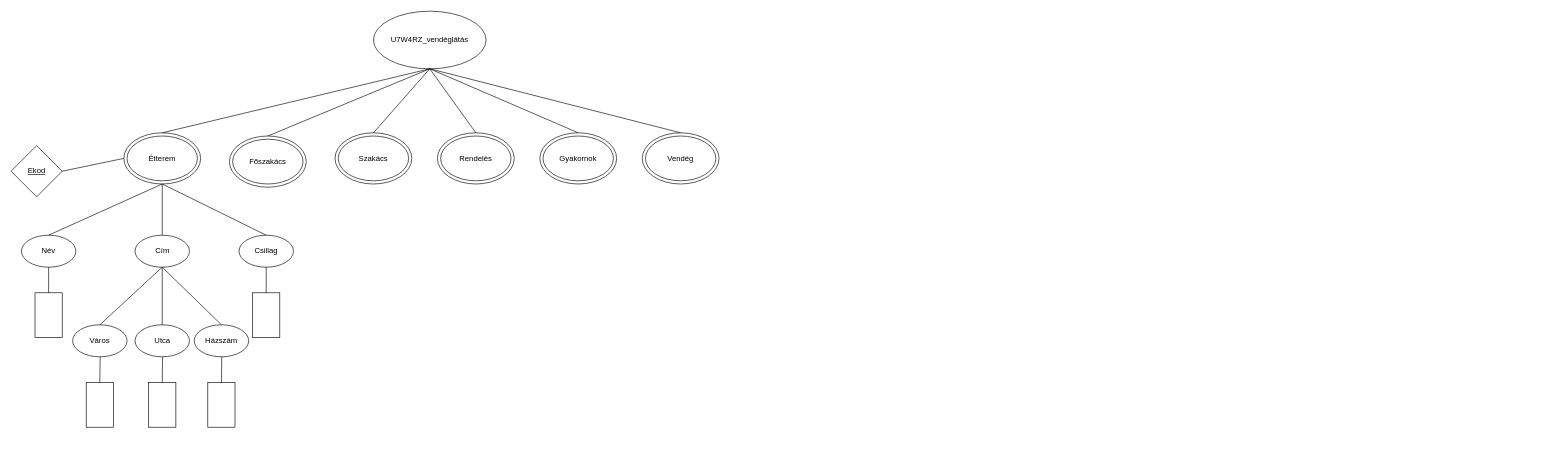
Valkenzo/U7W4RZWebXML keeps this draw.io diagram as U7W4RZ_1008/XDMU7W4RZ.drawio. Above is the earlier version. Source tidied: cells renumbered, new cells numbered last; positions are measured from the earlier drawing's top-left corner, leaving out a move shared by most shapes. Both pictures are drawn from the tidied source at 64%, with x=0, y=0 at pixel (11, 11).
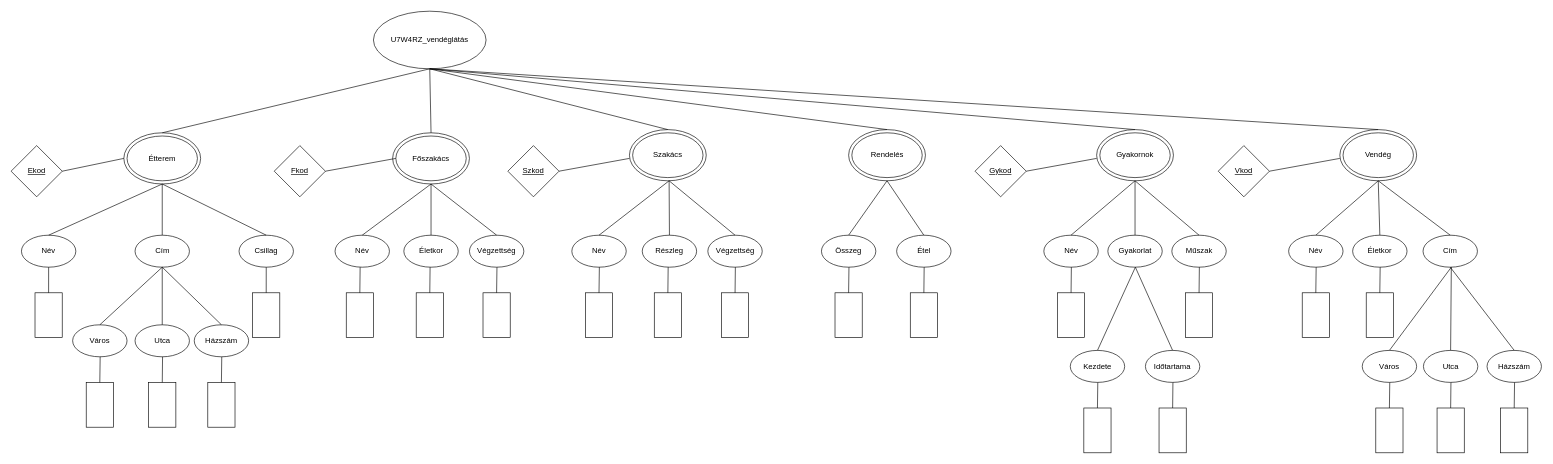
After the change.

The change refers to these unchanged cells:
```xml
<mxCell id="2" value="U7W4RZ_vendéglátás" style="ellipse;whiteSpace=wrap;html=1;" parent="1" vertex="1">
  <mxGeometry x="566" width="176" height="90" as="geometry" />
</mxCell>
```

Change to the diagram source:
```diff
@@
     <mxCell id="5" style="ellipse;whiteSpace=wrap;html=1;" parent="1" vertex="1">
-      <mxGeometry x="341" y="195" width="120" height="80" as="geometry" />
+      <mxGeometry x="596" y="190" width="120" height="80" as="geometry" />
     </mxCell>
     <mxCell id="6" value="Főszakács" style="ellipse;whiteSpace=wrap;html=1;" parent="1" vertex="1">
-      <mxGeometry x="346" y="200" width="110" height="70" as="geometry" />
+      <mxGeometry x="601" y="195" width="110" height="70" as="geometry" />
     </mxCell>
     <mxCell id="7" style="ellipse;whiteSpace=wrap;html=1;" parent="1" vertex="1">
-      <mxGeometry x="506" y="190" width="120" height="80" as="geometry" />
+      <mxGeometry x="966" y="185" width="120" height="80" as="geometry" />
     </mxCell>
     <mxCell id="8" value="Szakács" style="ellipse;whiteSpace=wrap;html=1;" parent="1" vertex="1">
-      <mxGeometry x="511" y="195" width="110" height="70" as="geometry" />
+      <mxGeometry x="971" y="190" width="110" height="70" as="geometry" />
     </mxCell>
     <mxCell id="9" style="ellipse;whiteSpace=wrap;html=1;" parent="1" vertex="1">
-      <mxGeometry x="986" y="190" width="120" height="80" as="geometry" />
+      <mxGeometry x="2076" y="185" width="120" height="80" as="geometry" />
     </mxCell>
     <mxCell id="10" value="Vendég" style="ellipse;whiteSpace=wrap;html=1;" parent="1" vertex="1">
-      <mxGeometry x="991" y="195" width="110" height="70" as="geometry" />
+      <mxGeometry x="2081" y="190" width="110" height="70" as="geometry" />
     </mxCell>
     <mxCell id="11" style="ellipse;whiteSpace=wrap;html=1;" parent="1" vertex="1">
-      <mxGeometry x="826" y="190" width="120" height="80" as="geometry" />
+      <mxGeometry x="1696" y="185" width="120" height="80" as="geometry" />
     </mxCell>
     <mxCell id="12" value="Gyakornok" style="ellipse;whiteSpace=wrap;html=1;" parent="1" vertex="1">
-      <mxGeometry x="831" y="195" width="110" height="70" as="geometry" />
+      <mxGeometry x="1701" y="190" width="110" height="70" as="geometry" />
     </mxCell>
     <mxCell id="13" style="ellipse;whiteSpace=wrap;html=1;" parent="1" vertex="1">
-      <mxGeometry x="666" y="190" width="120" height="80" as="geometry" />
+      <mxGeometry x="1308.5" y="185" width="120" height="80" as="geometry" />
     </mxCell>
     <mxCell id="14" value="Rendelés" style="ellipse;whiteSpace=wrap;html=1;" parent="1" vertex="1">
-      <mxGeometry x="671" y="195" width="110" height="70" as="geometry" />
+      <mxGeometry x="1313.5" y="190" width="110" height="70" as="geometry" />
     </mxCell>
@@
-    <mxCell id="20" style="endArrow=none;html=1;rounded=0;entryX=0.5;entryY=1;entryDx=0;entryDy=0;exitX=0.5;exitY=0;exitDx=0;exitDy=0;" parent="1" edge="1" source="9" target="2">
+    <mxCell id="20" style="endArrow=none;html=1;rounded=0;exitX=0.5;exitY=0;exitDx=0;exitDy=0;entryX=0.5;entryY=1;entryDx=0;entryDy=0;" parent="1" edge="1" source="9" target="2">
       <mxGeometry relative="1" as="geometry" />
     </mxCell>
@@
+    <mxCell id="45" value="Név" style="ellipse;whiteSpace=wrap;html=1;" parent="1" vertex="1">
+      <mxGeometry x="506" y="350" width="85" height="50" as="geometry" />
+    </mxCell>
+    <mxCell id="46" style="endArrow=none;html=1;rounded=0;entryX=0.5;entryY=1;entryDx=0;entryDy=0;exitX=0.5;exitY=0;exitDx=0;exitDy=0;" parent="1" edge="1" source="45" target="5">
+      <mxGeometry relative="1" as="geometry" />
+    </mxCell>
+    <mxCell id="47" value="Életkor" style="ellipse;whiteSpace=wrap;html=1;" parent="1" vertex="1">
+      <mxGeometry x="613.5" y="350" width="85" height="50" as="geometry" />
+    </mxCell>
+    <mxCell id="48" style="endArrow=none;html=1;rounded=0;entryX=0.5;entryY=1;entryDx=0;entryDy=0;exitX=0.5;exitY=0;exitDx=0;exitDy=0;" parent="1" edge="1" source="47" target="5">
+      <mxGeometry relative="1" as="geometry" />
+    </mxCell>
+    <mxCell id="49" value="Végzettség" style="ellipse;whiteSpace=wrap;html=1;" parent="1" vertex="1">
+      <mxGeometry x="716" y="350" width="85" height="50" as="geometry" />
+    </mxCell>
+    <mxCell id="50" style="endArrow=none;html=1;rounded=0;entryX=0.5;entryY=1;entryDx=0;entryDy=0;exitX=0.5;exitY=0;exitDx=0;exitDy=0;" parent="1" edge="1" source="49" target="5">
+      <mxGeometry relative="1" as="geometry" />
+    </mxCell>
+    <mxCell id="51" value="&lt;u&gt;Fkod&lt;/u&gt;" style="rhombus;whiteSpace=wrap;html=1;" parent="1" vertex="1">
+      <mxGeometry x="411" y="210" width="80" height="80" as="geometry" />
+    </mxCell>
+    <mxCell id="52" style="endArrow=none;html=1;rounded=0;entryX=0;entryY=0.5;entryDx=0;entryDy=0;exitX=1;exitY=0.5;exitDx=0;exitDy=0;" parent="1" edge="1" source="51">
+      <mxGeometry relative="1" as="geometry">
+        <mxPoint x="601" y="230" as="targetPoint" />
+      </mxGeometry>
+    </mxCell>
+    <mxCell id="53" value="&lt;u&gt;Szkod&lt;/u&gt;" style="rhombus;whiteSpace=wrap;html=1;" parent="1" vertex="1">
+      <mxGeometry x="776" y="210" width="80" height="80" as="geometry" />
+    </mxCell>
+    <mxCell id="54" style="endArrow=none;html=1;rounded=0;entryX=0;entryY=0.5;entryDx=0;entryDy=0;exitX=1;exitY=0.5;exitDx=0;exitDy=0;" parent="1" edge="1" source="53">
+      <mxGeometry relative="1" as="geometry">
+        <mxPoint x="966" y="230" as="targetPoint" />
+      </mxGeometry>
+    </mxCell>
+    <mxCell id="55" value="Név" style="ellipse;whiteSpace=wrap;html=1;" parent="1" vertex="1">
+      <mxGeometry x="876" y="350" width="85" height="50" as="geometry" />
+    </mxCell>
+    <mxCell id="56" value="Részleg" style="ellipse;whiteSpace=wrap;html=1;" parent="1" vertex="1">
+      <mxGeometry x="986" y="350" width="85" height="50" as="geometry" />
+    </mxCell>
+    <mxCell id="57" value="Végzettség" style="ellipse;whiteSpace=wrap;html=1;" parent="1" vertex="1">
+      <mxGeometry x="1088.5" y="350" width="85" height="50" as="geometry" />
+    </mxCell>
+    <mxCell id="58" style="endArrow=none;html=1;rounded=0;entryX=0.5;entryY=1;entryDx=0;entryDy=0;exitX=0.5;exitY=0;exitDx=0;exitDy=0;" parent="1" edge="1" source="55">
+      <mxGeometry relative="1" as="geometry">
+        <mxPoint x="1028" y="265" as="targetPoint" />
+      </mxGeometry>
+    </mxCell>
+    <mxCell id="59" style="endArrow=none;html=1;rounded=0;entryX=0.5;entryY=1;entryDx=0;entryDy=0;exitX=0.5;exitY=0;exitDx=0;exitDy=0;" parent="1" edge="1" source="56">
+      <mxGeometry relative="1" as="geometry">
+        <mxPoint x="1028" y="265" as="targetPoint" />
+      </mxGeometry>
+    </mxCell>
+    <mxCell id="60" style="endArrow=none;html=1;rounded=0;entryX=0.5;entryY=1;entryDx=0;entryDy=0;exitX=0.5;exitY=0;exitDx=0;exitDy=0;" parent="1" edge="1" source="57">
+      <mxGeometry relative="1" as="geometry">
+        <mxPoint x="1028" y="265" as="targetPoint" />
+      </mxGeometry>
+    </mxCell>
+    <mxCell id="61" value="Összeg" style="ellipse;whiteSpace=wrap;html=1;" parent="1" vertex="1">
+      <mxGeometry x="1266" y="350" width="85" height="50" as="geometry" />
+    </mxCell>
+    <mxCell id="62" value="Étel" style="ellipse;whiteSpace=wrap;html=1;" parent="1" vertex="1">
+      <mxGeometry x="1383.5" y="350" width="85" height="50" as="geometry" />
+    </mxCell>
+    <mxCell id="63" style="endArrow=none;html=1;rounded=0;entryX=0.5;entryY=1;entryDx=0;entryDy=0;exitX=0.5;exitY=0;exitDx=0;exitDy=0;" parent="1" edge="1" source="61" target="13">
+      <mxGeometry relative="1" as="geometry" />
+    </mxCell>
+    <mxCell id="64" style="endArrow=none;html=1;rounded=0;entryX=0.5;entryY=1;entryDx=0;entryDy=0;exitX=0.5;exitY=0;exitDx=0;exitDy=0;" parent="1" edge="1" source="62" target="13">
+      <mxGeometry relative="1" as="geometry" />
+    </mxCell>
+    <mxCell id="65" value="Név" style="ellipse;whiteSpace=wrap;html=1;" parent="1" vertex="1">
+      <mxGeometry x="1613.5" y="350" width="85" height="50" as="geometry" />
+    </mxCell>
+    <mxCell id="66" value="&lt;u&gt;Gykod&lt;/u&gt;" style="rhombus;whiteSpace=wrap;html=1;" parent="1" vertex="1">
+      <mxGeometry x="1506" y="210" width="80" height="80" as="geometry" />
+    </mxCell>
+    <mxCell id="67" style="endArrow=none;html=1;rounded=0;entryX=0;entryY=0.5;entryDx=0;entryDy=0;exitX=1;exitY=0.5;exitDx=0;exitDy=0;" parent="1" edge="1" source="66">
+      <mxGeometry relative="1" as="geometry">
+        <mxPoint x="1696" y="230" as="targetPoint" />
+      </mxGeometry>
+    </mxCell>
+    <mxCell id="68" value="Gyakorlat" style="ellipse;whiteSpace=wrap;html=1;" parent="1" vertex="1">
+      <mxGeometry x="1713.5" y="350" width="85" height="50" as="geometry" />
+    </mxCell>
+    <mxCell id="69" value="Műszak" style="ellipse;whiteSpace=wrap;html=1;" parent="1" vertex="1">
+      <mxGeometry x="1813.5" y="350" width="85" height="50" as="geometry" />
+    </mxCell>
+    <mxCell id="70" style="endArrow=none;html=1;rounded=0;entryX=0.5;entryY=1;entryDx=0;entryDy=0;exitX=0.5;exitY=0;exitDx=0;exitDy=0;" parent="1" edge="1" source="65" target="11">
+      <mxGeometry relative="1" as="geometry" />
+    </mxCell>
+    <mxCell id="71" style="endArrow=none;html=1;rounded=0;entryX=0.5;entryY=1;entryDx=0;entryDy=0;exitX=0.5;exitY=0;exitDx=0;exitDy=0;" parent="1" edge="1" source="68" target="11">
+      <mxGeometry relative="1" as="geometry" />
+    </mxCell>
+    <mxCell id="72" style="endArrow=none;html=1;rounded=0;entryX=0.5;entryY=1;entryDx=0;entryDy=0;exitX=0.5;exitY=0;exitDx=0;exitDy=0;" parent="1" edge="1" source="69" target="11">
+      <mxGeometry relative="1" as="geometry" />
+    </mxCell>
+    <mxCell id="73" value="Kezdete" style="ellipse;whiteSpace=wrap;html=1;" parent="1" vertex="1">
+      <mxGeometry x="1654.8" y="530" width="85" height="50" as="geometry" />
+    </mxCell>
+    <mxCell id="74" value="Időtartama" style="ellipse;whiteSpace=wrap;html=1;" parent="1" vertex="1">
+      <mxGeometry x="1772.2" y="530" width="85" height="50" as="geometry" />
+    </mxCell>
+    <mxCell id="75" style="endArrow=none;html=1;rounded=0;entryX=0.5;entryY=1;entryDx=0;entryDy=0;exitX=0.5;exitY=0;exitDx=0;exitDy=0;" parent="1" edge="1" source="73">
+      <mxGeometry relative="1" as="geometry">
+        <mxPoint x="1756.5" y="400" as="targetPoint" />
+      </mxGeometry>
+    </mxCell>
+    <mxCell id="76" style="endArrow=none;html=1;rounded=0;entryX=0.5;entryY=1;entryDx=0;entryDy=0;exitX=0.5;exitY=0;exitDx=0;exitDy=0;" parent="1" edge="1" source="74">
+      <mxGeometry relative="1" as="geometry">
+        <mxPoint x="1756.5" y="400" as="targetPoint" />
+      </mxGeometry>
+    </mxCell>
+    <mxCell id="77" value="&lt;u&gt;Vkod&lt;/u&gt;" style="rhombus;whiteSpace=wrap;html=1;" parent="1" vertex="1">
+      <mxGeometry x="1886" y="210" width="80" height="80" as="geometry" />
+    </mxCell>
+    <mxCell id="78" style="endArrow=none;html=1;rounded=0;entryX=0;entryY=0.5;entryDx=0;entryDy=0;exitX=1;exitY=0.5;exitDx=0;exitDy=0;" parent="1" edge="1" source="77">
+      <mxGeometry relative="1" as="geometry">
+        <mxPoint x="2076" y="230" as="targetPoint" />
+      </mxGeometry>
+    </mxCell>
+    <mxCell id="79" value="Név" style="ellipse;whiteSpace=wrap;html=1;" parent="1" vertex="1">
+      <mxGeometry x="1996" y="350" width="85" height="50" as="geometry" />
+    </mxCell>
+    <mxCell id="80" value="Életkor" style="ellipse;whiteSpace=wrap;html=1;" parent="1" vertex="1">
+      <mxGeometry x="2096" y="350" width="85" height="50" as="geometry" />
+    </mxCell>
+    <mxCell id="81" style="endArrow=none;html=1;rounded=0;entryX=0.5;entryY=1;entryDx=0;entryDy=0;exitX=0.5;exitY=0;exitDx=0;exitDy=0;" parent="1" edge="1" source="79" target="9">
+      <mxGeometry relative="1" as="geometry" />
+    </mxCell>
+    <mxCell id="82" style="endArrow=none;html=1;rounded=0;entryX=0.5;entryY=1;entryDx=0;entryDy=0;exitX=0.5;exitY=0;exitDx=0;exitDy=0;" parent="1" edge="1" source="80" target="9">
+      <mxGeometry relative="1" as="geometry" />
+    </mxCell>
+    <mxCell id="83" value="Cím" style="ellipse;whiteSpace=wrap;html=1;" parent="1" vertex="1">
+      <mxGeometry x="2206" y="350" width="85" height="50" as="geometry" />
+    </mxCell>
+    <mxCell id="84" style="endArrow=none;html=1;rounded=0;entryX=0.5;entryY=0;entryDx=0;entryDy=0;exitX=0.5;exitY=1;exitDx=0;exitDy=0;" parent="1" edge="1" source="9" target="83">
+      <mxGeometry relative="1" as="geometry" />
+    </mxCell>
+    <mxCell id="85" value="Város" style="ellipse;whiteSpace=wrap;html=1;" parent="1" vertex="1">
+      <mxGeometry x="2111" y="530" width="85" height="50" as="geometry" />
+    </mxCell>
+    <mxCell id="86" value="Utca" style="ellipse;whiteSpace=wrap;html=1;" parent="1" vertex="1">
+      <mxGeometry x="2206.6" y="530" width="85" height="50" as="geometry" />
+    </mxCell>
+    <mxCell id="87" style="endArrow=none;html=1;rounded=0;entryX=0.5;entryY=1;entryDx=0;entryDy=0;exitX=0.5;exitY=0;exitDx=0;exitDy=0;" parent="1" edge="1" source="85">
+      <mxGeometry relative="1" as="geometry">
+        <mxPoint x="2250.2" y="400" as="targetPoint" />
+      </mxGeometry>
+    </mxCell>
+    <mxCell id="88" style="endArrow=none;html=1;rounded=0;entryX=0.5;entryY=1;entryDx=0;entryDy=0;exitX=0.5;exitY=0;exitDx=0;exitDy=0;" parent="1" edge="1" source="86">
+      <mxGeometry relative="1" as="geometry">
+        <mxPoint x="2250.2" y="400" as="targetPoint" />
+      </mxGeometry>
+    </mxCell>
+    <mxCell id="89" value="Házszám" style="ellipse;whiteSpace=wrap;html=1;" parent="1" vertex="1">
+      <mxGeometry x="2306" y="530" width="85" height="50" as="geometry" />
+    </mxCell>
+    <mxCell id="90" style="endArrow=none;html=1;rounded=0;entryX=0.5;entryY=1;entryDx=0;entryDy=0;exitX=0.5;exitY=0;exitDx=0;exitDy=0;" parent="1" edge="1" source="89" target="83">
+      <mxGeometry relative="1" as="geometry" />
+    </mxCell>
+    <mxCell id="91" style="rounded=0;whiteSpace=wrap;html=1;direction=south;" parent="1" vertex="1">
+      <mxGeometry x="523.5" y="440" width="42.5" height="70" as="geometry" />
+    </mxCell>
+    <mxCell id="92" style="endArrow=none;html=1;rounded=0;exitX=0;exitY=0.5;exitDx=0;exitDy=0;entryX=0.5;entryY=1;entryDx=0;entryDy=0;" parent="1" edge="1" source="91">
+      <mxGeometry relative="1" as="geometry">
+        <mxPoint x="545.2" y="400" as="targetPoint" />
+      </mxGeometry>
+    </mxCell>
+    <mxCell id="93" style="rounded=0;whiteSpace=wrap;html=1;direction=south;" parent="1" vertex="1">
+      <mxGeometry x="632.8" y="440" width="42.5" height="70" as="geometry" />
+    </mxCell>
+    <mxCell id="94" style="endArrow=none;html=1;rounded=0;exitX=0;exitY=0.5;exitDx=0;exitDy=0;entryX=0.5;entryY=1;entryDx=0;entryDy=0;" parent="1" edge="1" source="93">
+      <mxGeometry relative="1" as="geometry">
+        <mxPoint x="654.5" y="400" as="targetPoint" />
+      </mxGeometry>
+    </mxCell>
+    <mxCell id="95" style="rounded=0;whiteSpace=wrap;html=1;direction=south;" parent="1" vertex="1">
+      <mxGeometry x="737.2" y="440" width="42.5" height="70" as="geometry" />
+    </mxCell>
+    <mxCell id="96" style="endArrow=none;html=1;rounded=0;exitX=0;exitY=0.5;exitDx=0;exitDy=0;entryX=0.5;entryY=1;entryDx=0;entryDy=0;" parent="1" edge="1" source="95">
+      <mxGeometry relative="1" as="geometry">
+        <mxPoint x="759" y="400" as="targetPoint" />
+      </mxGeometry>
+    </mxCell>
+    <mxCell id="97" style="rounded=0;whiteSpace=wrap;html=1;direction=south;" parent="1" vertex="1">
+      <mxGeometry x="897.2" y="440" width="42.5" height="70" as="geometry" />
+    </mxCell>
+    <mxCell id="98" style="endArrow=none;html=1;rounded=0;exitX=0;exitY=0.5;exitDx=0;exitDy=0;entryX=0.5;entryY=1;entryDx=0;entryDy=0;" parent="1" edge="1" source="97">
+      <mxGeometry relative="1" as="geometry">
+        <mxPoint x="919" y="400" as="targetPoint" />
+      </mxGeometry>
+    </mxCell>
+    <mxCell id="99" style="rounded=0;whiteSpace=wrap;html=1;direction=south;" parent="1" vertex="1">
+      <mxGeometry x="1004.8" y="440" width="42.5" height="70" as="geometry" />
+    </mxCell>
+    <mxCell id="100" style="endArrow=none;html=1;rounded=0;exitX=0;exitY=0.5;exitDx=0;exitDy=0;entryX=0.5;entryY=1;entryDx=0;entryDy=0;" parent="1" edge="1" source="99">
+      <mxGeometry relative="1" as="geometry">
+        <mxPoint x="1026.5" y="400" as="targetPoint" />
+      </mxGeometry>
+    </mxCell>
+    <mxCell id="101" style="rounded=0;whiteSpace=wrap;html=1;direction=south;" parent="1" vertex="1">
+      <mxGeometry x="1109.8" y="440" width="42.5" height="70" as="geometry" />
+    </mxCell>
+    <mxCell id="102" style="endArrow=none;html=1;rounded=0;exitX=0;exitY=0.5;exitDx=0;exitDy=0;entryX=0.5;entryY=1;entryDx=0;entryDy=0;" parent="1" edge="1" source="101">
+      <mxGeometry relative="1" as="geometry">
+        <mxPoint x="1131.5" y="400" as="targetPoint" />
+      </mxGeometry>
+    </mxCell>
+    <mxCell id="103" style="rounded=0;whiteSpace=wrap;html=1;direction=south;" parent="1" vertex="1">
+      <mxGeometry x="1287.2" y="440" width="42.5" height="70" as="geometry" />
+    </mxCell>
+    <mxCell id="104" style="endArrow=none;html=1;rounded=0;exitX=0;exitY=0.5;exitDx=0;exitDy=0;entryX=0.5;entryY=1;entryDx=0;entryDy=0;" parent="1" edge="1" source="103">
+      <mxGeometry relative="1" as="geometry">
+        <mxPoint x="1309" y="400" as="targetPoint" />
+      </mxGeometry>
+    </mxCell>
+    <mxCell id="105" style="rounded=0;whiteSpace=wrap;html=1;direction=south;" parent="1" vertex="1">
+      <mxGeometry x="1404.8" y="440" width="42.5" height="70" as="geometry" />
+    </mxCell>
+    <mxCell id="106" style="endArrow=none;html=1;rounded=0;exitX=0;exitY=0.5;exitDx=0;exitDy=0;entryX=0.5;entryY=1;entryDx=0;entryDy=0;" parent="1" edge="1" source="105">
+      <mxGeometry relative="1" as="geometry">
+        <mxPoint x="1426.5" y="400" as="targetPoint" />
+      </mxGeometry>
+    </mxCell>
+    <mxCell id="107" style="rounded=0;whiteSpace=wrap;html=1;direction=south;" parent="1" vertex="1">
+      <mxGeometry x="1634.8" y="440" width="42.5" height="70" as="geometry" />
+    </mxCell>
+    <mxCell id="108" style="endArrow=none;html=1;rounded=0;exitX=0;exitY=0.5;exitDx=0;exitDy=0;entryX=0.5;entryY=1;entryDx=0;entryDy=0;" parent="1" edge="1" source="107">
+      <mxGeometry relative="1" as="geometry">
+        <mxPoint x="1656.5" y="400" as="targetPoint" />
+      </mxGeometry>
+    </mxCell>
+    <mxCell id="109" style="rounded=0;whiteSpace=wrap;html=1;direction=south;" parent="1" vertex="1">
+      <mxGeometry x="1834.8" y="440" width="42.5" height="70" as="geometry" />
+    </mxCell>
+    <mxCell id="110" style="endArrow=none;html=1;rounded=0;exitX=0;exitY=0.5;exitDx=0;exitDy=0;entryX=0.5;entryY=1;entryDx=0;entryDy=0;" parent="1" edge="1" source="109">
+      <mxGeometry relative="1" as="geometry">
+        <mxPoint x="1856.5" y="400" as="targetPoint" />
+      </mxGeometry>
+    </mxCell>
+    <mxCell id="111" style="rounded=0;whiteSpace=wrap;html=1;direction=south;" parent="1" vertex="1">
+      <mxGeometry x="2017.2" y="440" width="42.5" height="70" as="geometry" />
+    </mxCell>
+    <mxCell id="112" style="endArrow=none;html=1;rounded=0;exitX=0;exitY=0.5;exitDx=0;exitDy=0;entryX=0.5;entryY=1;entryDx=0;entryDy=0;" parent="1" edge="1" source="111">
+      <mxGeometry relative="1" as="geometry">
+        <mxPoint x="2039" y="400" as="targetPoint" />
+      </mxGeometry>
+    </mxCell>
+    <mxCell id="113" style="rounded=0;whiteSpace=wrap;html=1;direction=south;" parent="1" vertex="1">
+      <mxGeometry x="2117.2" y="440" width="42.5" height="70" as="geometry" />
+    </mxCell>
+    <mxCell id="114" style="endArrow=none;html=1;rounded=0;exitX=0;exitY=0.5;exitDx=0;exitDy=0;entryX=0.5;entryY=1;entryDx=0;entryDy=0;" parent="1" edge="1" source="113">
+      <mxGeometry relative="1" as="geometry">
+        <mxPoint x="2139" y="400" as="targetPoint" />
+      </mxGeometry>
+    </mxCell>
+    <mxCell id="115" style="rounded=0;whiteSpace=wrap;html=1;direction=south;" parent="1" vertex="1">
+      <mxGeometry x="2132.2" y="620" width="42.5" height="70" as="geometry" />
+    </mxCell>
+    <mxCell id="116" style="endArrow=none;html=1;rounded=0;exitX=0;exitY=0.5;exitDx=0;exitDy=0;entryX=0.5;entryY=1;entryDx=0;entryDy=0;" parent="1" edge="1" source="115">
+      <mxGeometry relative="1" as="geometry">
+        <mxPoint x="2154" y="580" as="targetPoint" />
+      </mxGeometry>
+    </mxCell>
+    <mxCell id="117" style="rounded=0;whiteSpace=wrap;html=1;direction=south;" parent="1" vertex="1">
+      <mxGeometry x="2227.9" y="620" width="42.5" height="70" as="geometry" />
+    </mxCell>
+    <mxCell id="118" style="endArrow=none;html=1;rounded=0;exitX=0;exitY=0.5;exitDx=0;exitDy=0;entryX=0.5;entryY=1;entryDx=0;entryDy=0;" parent="1" edge="1" source="117">
+      <mxGeometry relative="1" as="geometry">
+        <mxPoint x="2249.6" y="580" as="targetPoint" />
+      </mxGeometry>
+    </mxCell>
+    <mxCell id="119" style="rounded=0;whiteSpace=wrap;html=1;direction=south;" parent="1" vertex="1">
+      <mxGeometry x="2327.2" y="620" width="42.5" height="70" as="geometry" />
+    </mxCell>
+    <mxCell id="120" style="endArrow=none;html=1;rounded=0;exitX=0;exitY=0.5;exitDx=0;exitDy=0;entryX=0.5;entryY=1;entryDx=0;entryDy=0;" parent="1" edge="1" source="119">
+      <mxGeometry relative="1" as="geometry">
+        <mxPoint x="2349" y="580" as="targetPoint" />
+      </mxGeometry>
+    </mxCell>
+    <mxCell id="121" style="rounded=0;whiteSpace=wrap;html=1;direction=south;" parent="1" vertex="1">
+      <mxGeometry x="1676" y="620" width="42.5" height="70" as="geometry" />
+    </mxCell>
+    <mxCell id="122" style="endArrow=none;html=1;rounded=0;exitX=0;exitY=0.5;exitDx=0;exitDy=0;entryX=0.5;entryY=1;entryDx=0;entryDy=0;" parent="1" edge="1" source="121">
+      <mxGeometry relative="1" as="geometry">
+        <mxPoint x="1697.8" y="580" as="targetPoint" />
+      </mxGeometry>
+    </mxCell>
+    <mxCell id="123" style="rounded=0;whiteSpace=wrap;html=1;direction=south;" parent="1" vertex="1">
+      <mxGeometry x="1793.5" y="620" width="42.5" height="70" as="geometry" />
+    </mxCell>
+    <mxCell id="124" style="endArrow=none;html=1;rounded=0;exitX=0;exitY=0.5;exitDx=0;exitDy=0;entryX=0.5;entryY=1;entryDx=0;entryDy=0;" parent="1" edge="1" source="123">
+      <mxGeometry relative="1" as="geometry">
+        <mxPoint x="1815.2" y="580" as="targetPoint" />
+      </mxGeometry>
+    </mxCell>
```
